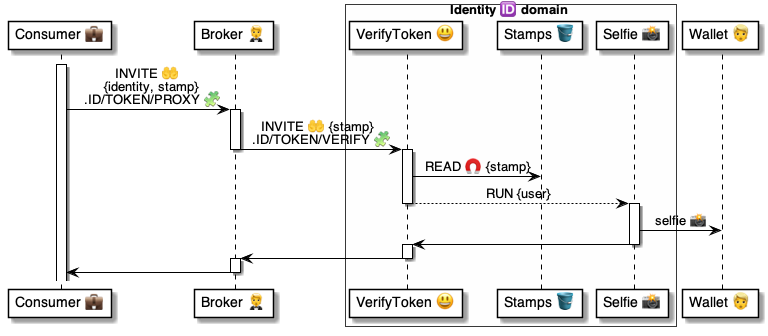
pollyweb-org/pollyweb-docs keeps this PlantUML diagram as 4 ⚙️ Solution/50 🫥 Agent domains/Identities 🆔/🆔😃 Identity talkers/VerifyToken 🎫 invite/🆔 VerifyToken ⚙️ uml.png. Above is the earlier version. Its source is kept beside it as 4 ⚙️ Solution/50 🫥 Agent domains/Identities 🆔/🆔😃 Identity talkers/VerifyToken 🎫 invite/🆔 VerifyToken ⚙️ uml.puml. Its diagram source:
```plantuml
@startuml VerifyToken

participant "Consumer 💼" as consumer
participant "Broker 🤵" as broker
box Identity 🆔 domain #FFFFFA
    participant "VerifyToken 😃" as script
    participant "Stamps 🪣" as tokens
    participant "Selfie 📸" as identify
end box
participant "Wallet 👱" as wallet


activate consumer
consumer -> broker: INVITE 🤲 \n  {identity, stamp} \n  .ID/TOKEN/PROXY 🧩


activate broker
    broker -> script: INVITE 🤲 {stamp} \n .ID/TOKEN/VERIFY 🧩
deactivate broker

activate script
    script -> tokens: READ 🧲 {stamp}
    script --> identify: RUN {user}
deactivate script

activate identify
    identify -> wallet: selfie 📸
    identify -> script:
deactivate identify


activate script
    script -> broker:
deactivate script

activate broker
    broker -> consumer:
deactivate broker



@enduml
```
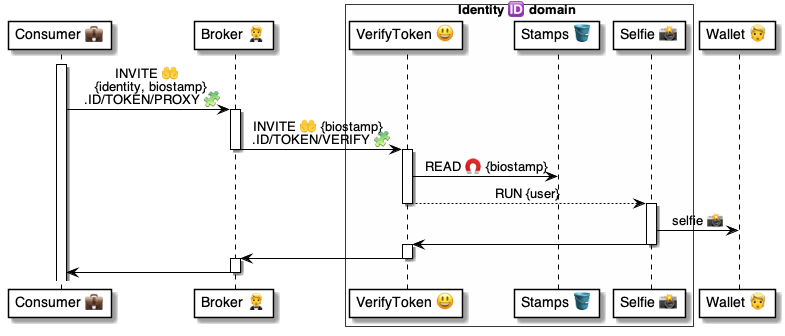
The same diagram one commit later.

Change to the diagram source:
```diff
@@ -11,15 +11,15 @@
 
 
 activate consumer
-consumer -> broker: INVITE 🤲 \n  {identity, stamp} \n  .ID/TOKEN/PROXY 🧩
+consumer -> broker: INVITE 🤲 \n  {identity, biostamp} \n  .ID/TOKEN/PROXY 🧩
 
 
 activate broker
-    broker -> script: INVITE 🤲 {stamp} \n .ID/TOKEN/VERIFY 🧩
+    broker -> script: INVITE 🤲 {biostamp} \n .ID/TOKEN/VERIFY 🧩
 deactivate broker
 
 activate script
-    script -> tokens: READ 🧲 {stamp}
+    script -> tokens: READ 🧲 {biostamp}
     script --> identify: RUN {user}
 deactivate script
 
```
